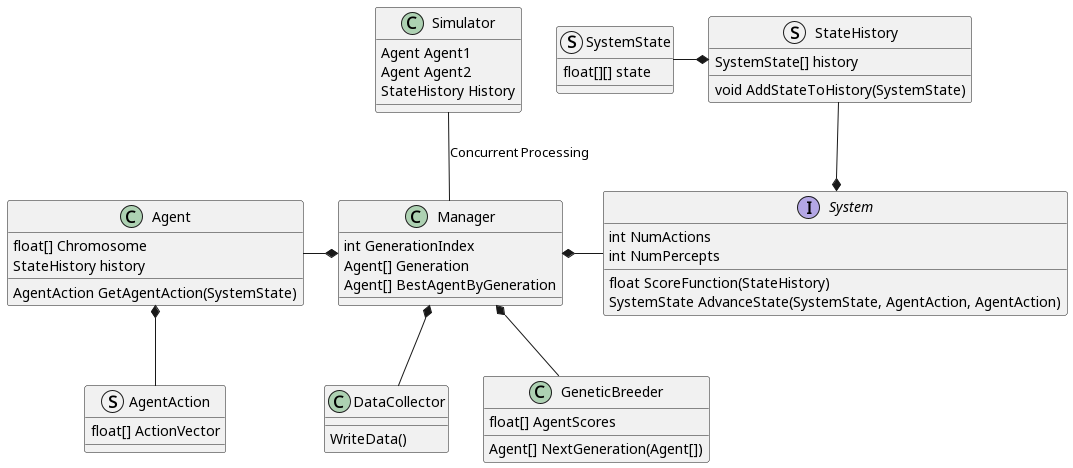
Above: UML/ProjectPlan.png in Otago-Computing-Students-Society/FoosballGeneticLearning (PlantUML), before the change.
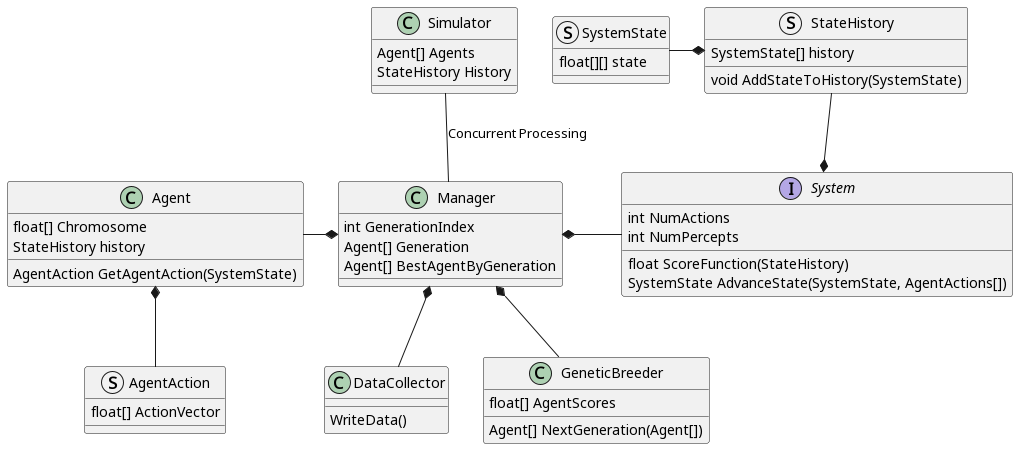
After the change.

Commit message:
Update ProjectPlan to allow System to take an array of Agents

The edit, as a diff of the source:
```diff
@@ -14,7 +14,7 @@
     int NumActions
     int NumPercepts
     float ScoreFunction(StateHistory)
-    SystemState AdvanceState(SystemState, AgentAction, AgentAction)
+    SystemState AdvanceState(SystemState, AgentActions[])
 }
 
 struct SystemState {
@@ -33,8 +33,7 @@
 }
 
 class Simulator {
-    Agent Agent1
-    Agent Agent2
+    Agent[] Agents
     StateHistory History
 }
 
```
